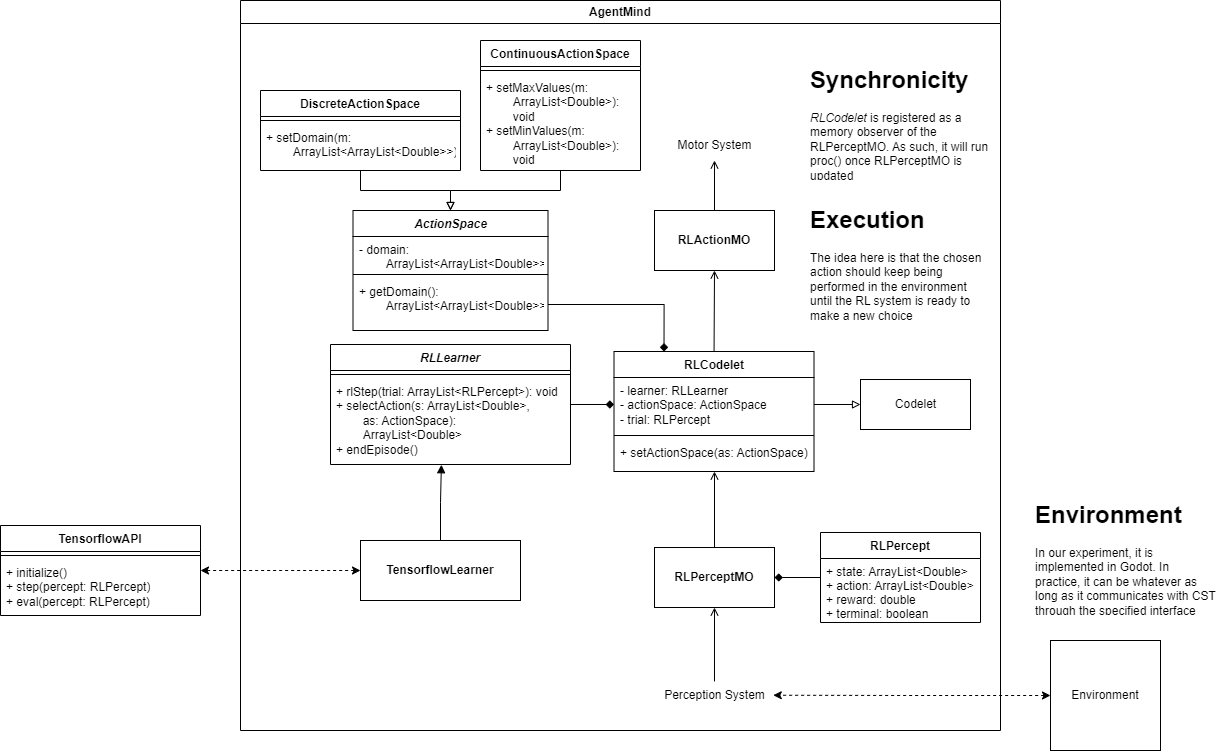
This is Architecture/CST-RL.png from H-IAAC/CST-RL, a draw.io export, as it was before one commit. Source tidied: cells renumbered, new cells last; positions are measured from the earlier drawing's top-left corner, leaving out a move shared by most shapes.
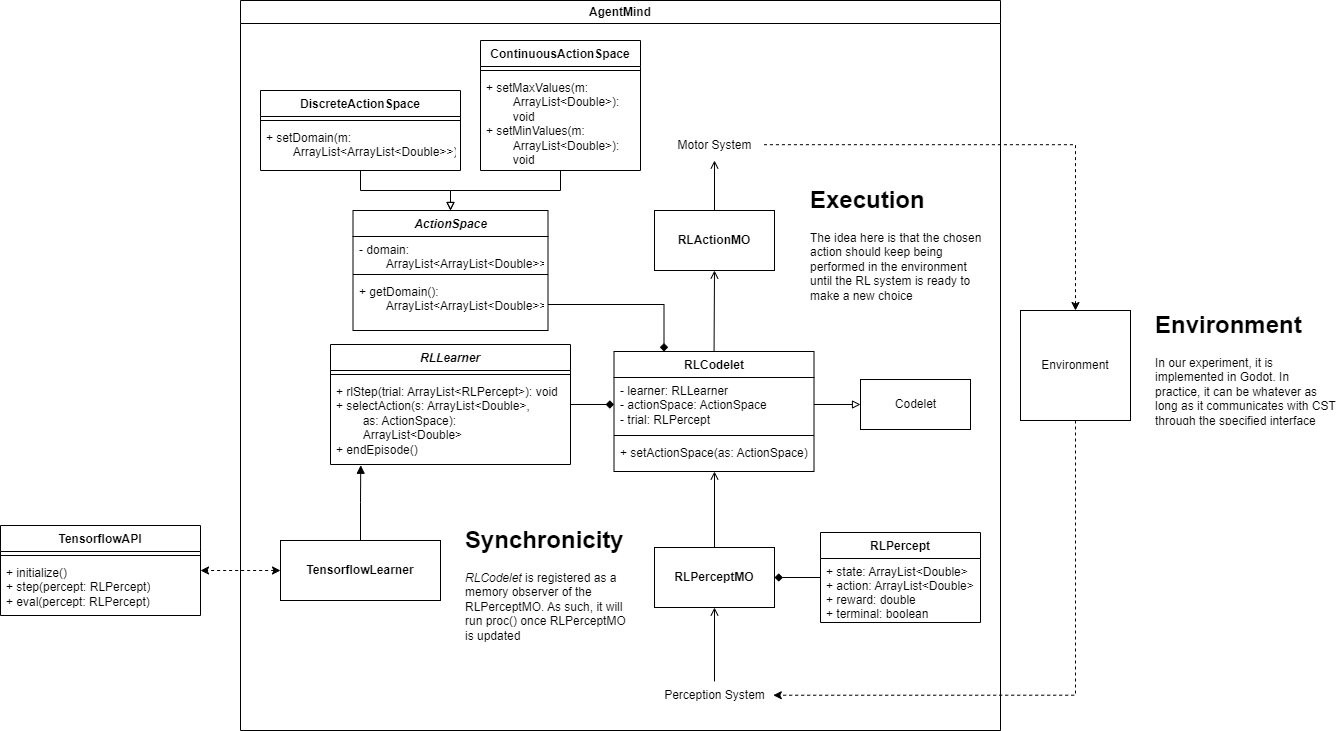
Above is the later version.

Diff of the diagram source:
```diff
@@ -115,25 +115,25 @@
       <mxGeometry x="240" width="760" height="730" as="geometry" />
     </mxCell>
     <mxCell id="37" value="&lt;h1&gt;Synchronicity&lt;/h1&gt;&lt;div&gt;&lt;i&gt;RLCodelet &lt;/i&gt;is registered as a memory observer of the RLPerceptMO. As such, it will run proc() once RLPerceptMO is updated&lt;/div&gt;" style="text;html=1;strokeColor=none;fillColor=none;spacing=5;spacingTop=-20;whiteSpace=wrap;overflow=hidden;rounded=0;" parent="36" vertex="1">
-      <mxGeometry x="565" y="60" width="190" height="120" as="geometry" />
+      <mxGeometry x="220" y="520" width="170" height="140" as="geometry" />
     </mxCell>
     <mxCell id="38" value="&lt;h1&gt;Execution&lt;br&gt;&lt;/h1&gt;&lt;p&gt;The idea here is that the chosen action should keep being performed in the environment until the RL system is ready to make a new choice&lt;br&gt;&lt;/p&gt;" style="text;html=1;strokeColor=none;fillColor=none;spacing=5;spacingTop=-20;whiteSpace=wrap;overflow=hidden;rounded=0;" parent="36" vertex="1">
-      <mxGeometry x="565" y="200" width="190" height="130" as="geometry" />
+      <mxGeometry x="565" y="180" width="190" height="130" as="geometry" />
     </mxCell>
     <mxCell id="39" value="&lt;b&gt;TensorflowLearner&lt;br&gt;&lt;/b&gt;" style="rounded=0;whiteSpace=wrap;html=1;" parent="36" vertex="1">
-      <mxGeometry x="120" y="540" width="160" height="60" as="geometry" />
+      <mxGeometry x="40" y="540" width="160" height="60" as="geometry" />
     </mxCell>
     <mxCell id="40" value="Environment" style="whiteSpace=wrap;html=1;" parent="1" vertex="1">
-      <mxGeometry x="1050" y="640" width="110" height="110" as="geometry" />
+      <mxGeometry x="1020" y="310" width="110" height="110" as="geometry" />
     </mxCell>
-    <mxCell id="41" style="edgeStyle=orthogonalEdgeStyle;rounded=0;jettySize=auto;html=1;exitX=0;exitY=0.5;exitDx=0;exitDy=0;startArrow=classic;startFill=1;endArrow=classic;endFill=1;dashed=1;entryX=0.994;entryY=0.491;entryDx=0;entryDy=0;entryPerimeter=0;" parent="1" edge="1" source="40" target="12">
+    <mxCell id="41" style="edgeStyle=orthogonalEdgeStyle;rounded=0;jettySize=auto;html=1;exitX=0.5;exitY=1;exitDx=0;exitDy=0;startArrow=none;startFill=0;endArrow=classic;endFill=1;dashed=1;entryX=0.994;entryY=0.491;entryDx=0;entryDy=0;entryPerimeter=0;" parent="1" edge="1" source="40" target="12">
       <mxGeometry relative="1" as="geometry" />
     </mxCell>
-    <mxCell id="42" style="edgeStyle=orthogonalEdgeStyle;rounded=0;jettySize=auto;html=1;entryX=0.462;entryY=1.003;entryDx=0;entryDy=0;entryPerimeter=0;endArrow=block;endFill=1;" parent="1" edge="1" source="39" target="18">
+    <mxCell id="42" style="edgeStyle=orthogonalEdgeStyle;rounded=0;jettySize=auto;html=1;entryX=0.126;entryY=1.009;entryDx=0;entryDy=0;entryPerimeter=0;endArrow=block;endFill=1;" parent="1" edge="1" source="39" target="18">
       <mxGeometry relative="1" as="geometry" />
     </mxCell>
     <mxCell id="43" value="&lt;h1&gt;Environment&lt;/h1&gt;&lt;div&gt;In our experiment, it is implemented in Godot. In practice, it can be whatever as long as it communicates with CST through the specified interface&lt;/div&gt;" style="text;html=1;strokeColor=none;fillColor=none;spacing=5;spacingTop=-20;whiteSpace=wrap;overflow=hidden;rounded=0;" parent="1" vertex="1">
-      <mxGeometry x="1030" y="495" width="190" height="120" as="geometry" />
+      <mxGeometry x="1150" y="305" width="190" height="120" as="geometry" />
     </mxCell>
     <mxCell id="44" value="TensorflowAPI" style="swimlane;fontStyle=1;align=center;verticalAlign=top;horizontal=1;startSize=26;whiteSpace=wrap;html=1;" parent="1" vertex="1">
       <mxGeometry y="525" width="200" height="90" as="geometry" />
@@ -149,5 +149,8 @@
         <mxPoint x="200" y="570" as="targetPoint" />
       </mxGeometry>
     </mxCell>
+    <mxCell id="48" style="edgeStyle=orthogonalEdgeStyle;rounded=0;jettySize=auto;html=1;exitX=0.5;exitY=0;exitDx=0;exitDy=0;startArrow=classic;startFill=1;endArrow=none;endFill=0;dashed=1;entryX=0.997;entryY=0.473;entryDx=0;entryDy=0;entryPerimeter=0;" parent="1" edge="1" source="40" target="11">
+      <mxGeometry relative="1" as="geometry" />
+    </mxCell>
   </root>
 </mxGraphModel>
```
